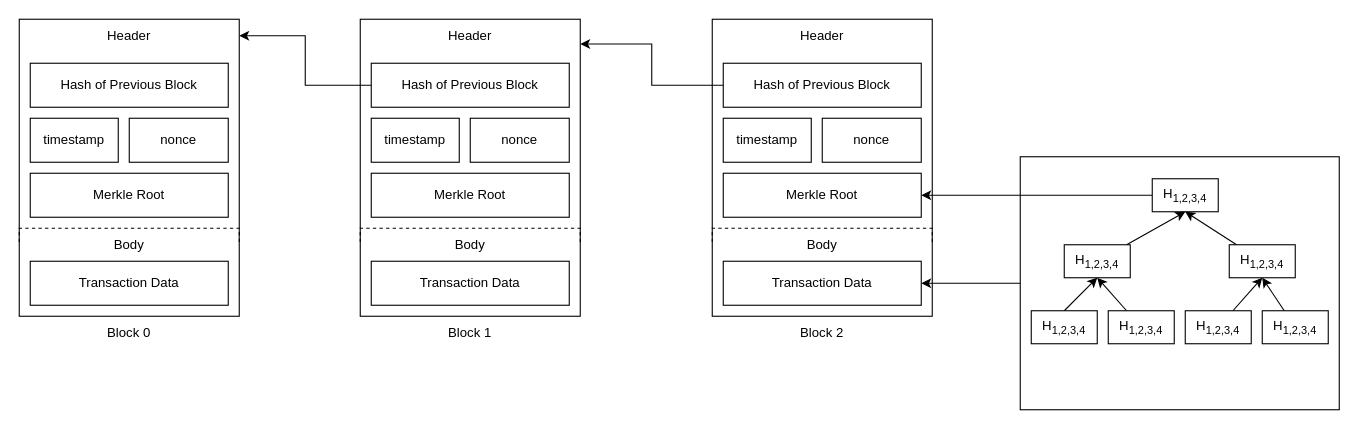
Earlier version of the draw.io diagram page "blockchain-structure" (1 of 23) of documents/master.drawio (phamhongphuc1999/account-abstraction-app). Source tidied: cells renumbered, new cells numbered last; positions are measured from the earlier drawing's top-left corner, leaving out a move shared by most shapes. Both pictures are drawn from the tidied source at 110%, with x=0, y=0 at pixel (19, 19).
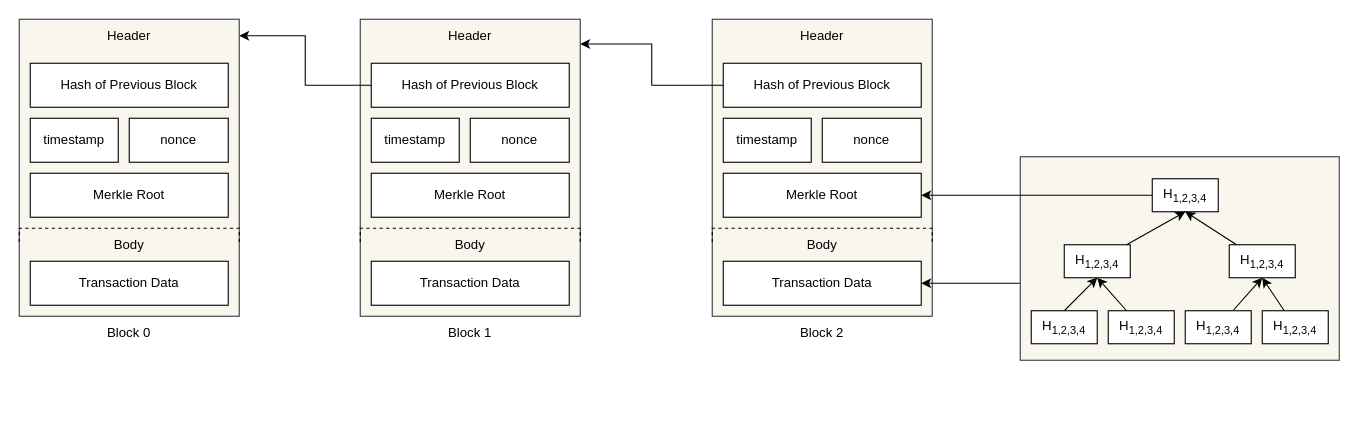
The same page after the edit.

Unchanged cells that the change refers to:
```xml
<mxCell id="30" value="Transaction Data" style="rounded=0;whiteSpace=wrap;html=1;" parent="1" vertex="1">
  <mxGeometry x="640" y="220" width="180" height="40" as="geometry" />
</mxCell>
```

The edit, as a diff of the source:
```diff
@@
-    <mxCell id="2" style="rounded=0;whiteSpace=wrap;html=1;" parent="1" vertex="1">
+    <mxCell id="2" style="rounded=0;whiteSpace=wrap;html=1;fillColor=#f9f7ed;strokeColor=#36393d;" parent="1" vertex="1">
       <mxGeometry width="200" height="270" as="geometry" />
     </mxCell>
@@
-    <mxCell id="11" style="rounded=0;whiteSpace=wrap;html=1;" parent="1" vertex="1">
+    <mxCell id="11" style="rounded=0;whiteSpace=wrap;html=1;fillColor=#f9f7ed;strokeColor=#36393d;" parent="1" vertex="1">
       <mxGeometry x="310" width="200" height="270" as="geometry" />
     </mxCell>
@@
-    <mxCell id="21" style="rounded=0;whiteSpace=wrap;html=1;" parent="1" vertex="1">
+    <mxCell id="21" style="rounded=0;whiteSpace=wrap;html=1;fillColor=#f9f7ed;strokeColor=#36393d;" parent="1" vertex="1">
       <mxGeometry x="630" width="200" height="270" as="geometry" />
     </mxCell>
@@
     <mxCell id="31" style="edgeStyle=orthogonalEdgeStyle;rounded=0;jettySize=auto;html=1;entryX=1;entryY=0.5;entryDx=0;entryDy=0;" parent="1" edge="1" source="32" target="30">
-      <mxGeometry relative="1" as="geometry" />
+      <mxGeometry relative="1" as="geometry">
+        <Array as="points">
+          <mxPoint x="880" y="240" />
+          <mxPoint x="880" y="240" />
+        </Array>
+      </mxGeometry>
     </mxCell>
-    <mxCell id="32" style="rounded=0;whiteSpace=wrap;html=1;" parent="1" vertex="1">
-      <mxGeometry x="910" y="125" width="290" height="230" as="geometry" />
+    <mxCell id="32" style="rounded=0;whiteSpace=wrap;html=1;fillColor=#f9f7ed;strokeColor=#36393d;" parent="1" vertex="1">
+      <mxGeometry x="910" y="125" width="290" height="185" as="geometry" />
     </mxCell>
```
